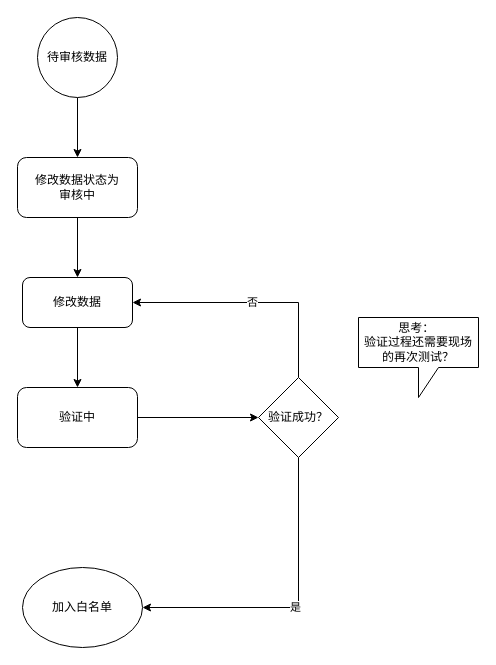
Earlier version of the draw.io diagram WMS_ASSESS_1.drawio (cuckoolhz/drawIO). Source tidied: cells renumbered, new cells numbered last; positions are measured from the earlier drawing's top-left corner, leaving out a move shared by most shapes. Both pictures are drawn from the tidied source at 100%, with x=0, y=0 at pixel (17, 17).
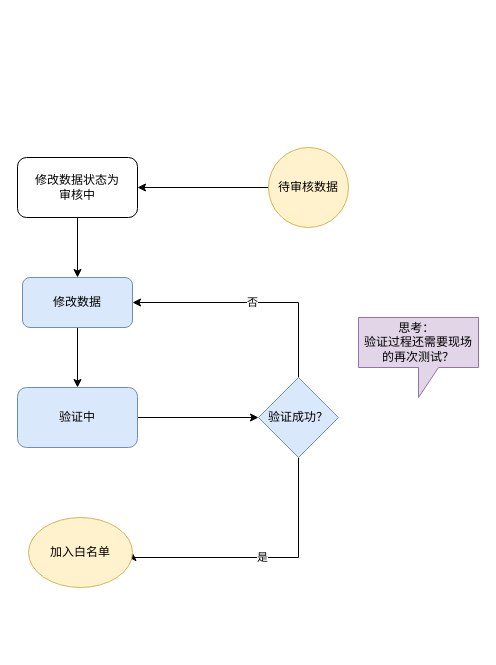
The same diagram, later.

The edit, as a diff of the source:
```diff
@@
 <mxGraphModel>
   <root>
     <mxCell id="0" />
     <mxCell id="1" parent="0" />
-    <mxCell id="2" style="edgeStyle=orthogonalEdgeStyle;rounded=0;jettySize=auto;html=1;entryX=0.5;entryY=0;entryDx=0;entryDy=0;" parent="1" edge="1" source="3" target="5">
+    <mxCell id="2" style="edgeStyle=orthogonalEdgeStyle;rounded=0;jettySize=auto;html=1;entryX=1;entryY=0.5;entryDx=0;entryDy=0;" parent="1" edge="1" source="3" target="5">
       <mxGeometry relative="1" as="geometry" />
     </mxCell>
-    <mxCell id="3" value="待审核数据" style="ellipse;whiteSpace=wrap;html=1;" parent="1" vertex="1">
-      <mxGeometry x="20" width="80" height="80" as="geometry" />
+    <mxCell id="3" value="待审核数据" style="ellipse;whiteSpace=wrap;html=1;fillColor=#fff2cc;strokeColor=#d6b656;" parent="1" vertex="1">
+      <mxGeometry x="251" y="130" width="80" height="80" as="geometry" />
     </mxCell>
     <mxCell id="4" style="edgeStyle=orthogonalEdgeStyle;rounded=0;jettySize=auto;html=1;entryX=0.5;entryY=0;entryDx=0;entryDy=0;" parent="1" edge="1" source="5" target="7">
       <mxGeometry relative="1" as="geometry" />
     </mxCell>
     <mxCell id="5" value="修改数据状态为&lt;br&gt;审核中" style="rounded=1;whiteSpace=wrap;html=1;" parent="1" vertex="1">
       <mxGeometry y="140" width="120" height="60" as="geometry" />
     </mxCell>
     <mxCell id="6" style="edgeStyle=orthogonalEdgeStyle;rounded=0;jettySize=auto;html=1;entryX=0.5;entryY=0;entryDx=0;entryDy=0;" parent="1" edge="1" source="7" target="9">
       <mxGeometry relative="1" as="geometry" />
     </mxCell>
-    <mxCell id="7" value="修改数据" style="rounded=1;whiteSpace=wrap;html=1;" parent="1" vertex="1">
+    <mxCell id="7" value="修改数据" style="rounded=1;whiteSpace=wrap;html=1;fillColor=#dae8fc;strokeColor=#6c8ebf;" parent="1" vertex="1">
       <mxGeometry x="5" y="260" width="110" height="50" as="geometry" />
     </mxCell>
     <mxCell id="8" style="edgeStyle=orthogonalEdgeStyle;rounded=0;jettySize=auto;html=1;" parent="1" edge="1" source="9" target="12">
       <mxGeometry relative="1" as="geometry" />
     </mxCell>
-    <mxCell id="9" value="验证中" style="rounded=1;whiteSpace=wrap;html=1;" parent="1" vertex="1">
+    <mxCell id="9" value="验证中" style="rounded=1;whiteSpace=wrap;html=1;fillColor=#dae8fc;strokeColor=#6c8ebf;" parent="1" vertex="1">
       <mxGeometry y="370" width="120" height="60" as="geometry" />
     </mxCell>
     <mxCell id="10" value="否" style="edgeStyle=orthogonalEdgeStyle;rounded=0;jettySize=auto;html=1;entryX=1;entryY=0.5;entryDx=0;entryDy=0;" parent="1" edge="1" source="12" target="7">
       <mxGeometry relative="1" as="geometry">
         <Array as="points">
           <mxPoint x="281" y="285" />
         </Array>
       </mxGeometry>
     </mxCell>
     <mxCell id="11" value="是" style="edgeStyle=orthogonalEdgeStyle;rounded=0;jettySize=auto;html=1;entryX=1;entryY=0.5;entryDx=0;entryDy=0;" parent="1" edge="1" source="12" target="13">
       <mxGeometry relative="1" as="geometry">
         <Array as="points">
-          <mxPoint x="281" y="590" />
+          <mxPoint x="281" y="540" />
         </Array>
       </mxGeometry>
     </mxCell>
-    <mxCell id="12" value="验证成功？" style="rhombus;whiteSpace=wrap;html=1;" parent="1" vertex="1">
+    <mxCell id="12" value="验证成功？" style="rhombus;whiteSpace=wrap;html=1;fillColor=#dae8fc;strokeColor=#6c8ebf;" parent="1" vertex="1">
       <mxGeometry x="241" y="360" width="80" height="80" as="geometry" />
     </mxCell>
-    <mxCell id="13" value="加入白名单" style="ellipse;whiteSpace=wrap;html=1;" parent="1" vertex="1">
-      <mxGeometry x="5" y="550" width="120" height="80" as="geometry" />
+    <mxCell id="13" value="加入白名单" style="ellipse;whiteSpace=wrap;html=1;fillColor=#fff2cc;strokeColor=#d6b656;" parent="1" vertex="1">
+      <mxGeometry x="11" y="500" width="104" height="70" as="geometry" />
     </mxCell>
-    <mxCell id="14" value="思考：&amp;nbsp;&lt;br&gt;验证过程还需要现场的再次测试？" style="shape=callout;whiteSpace=wrap;html=1;perimeter=calloutPerimeter;" parent="1" vertex="1">
+    <mxCell id="14" value="思考：&amp;nbsp;&lt;br&gt;验证过程还需要现场的再次测试？" style="shape=callout;whiteSpace=wrap;html=1;perimeter=calloutPerimeter;fillColor=#e1d5e7;strokeColor=#9673a6;" parent="1" vertex="1">
       <mxGeometry x="341" y="300" width="120" height="80" as="geometry" />
     </mxCell>
   </root>
 </mxGraphModel>
```
